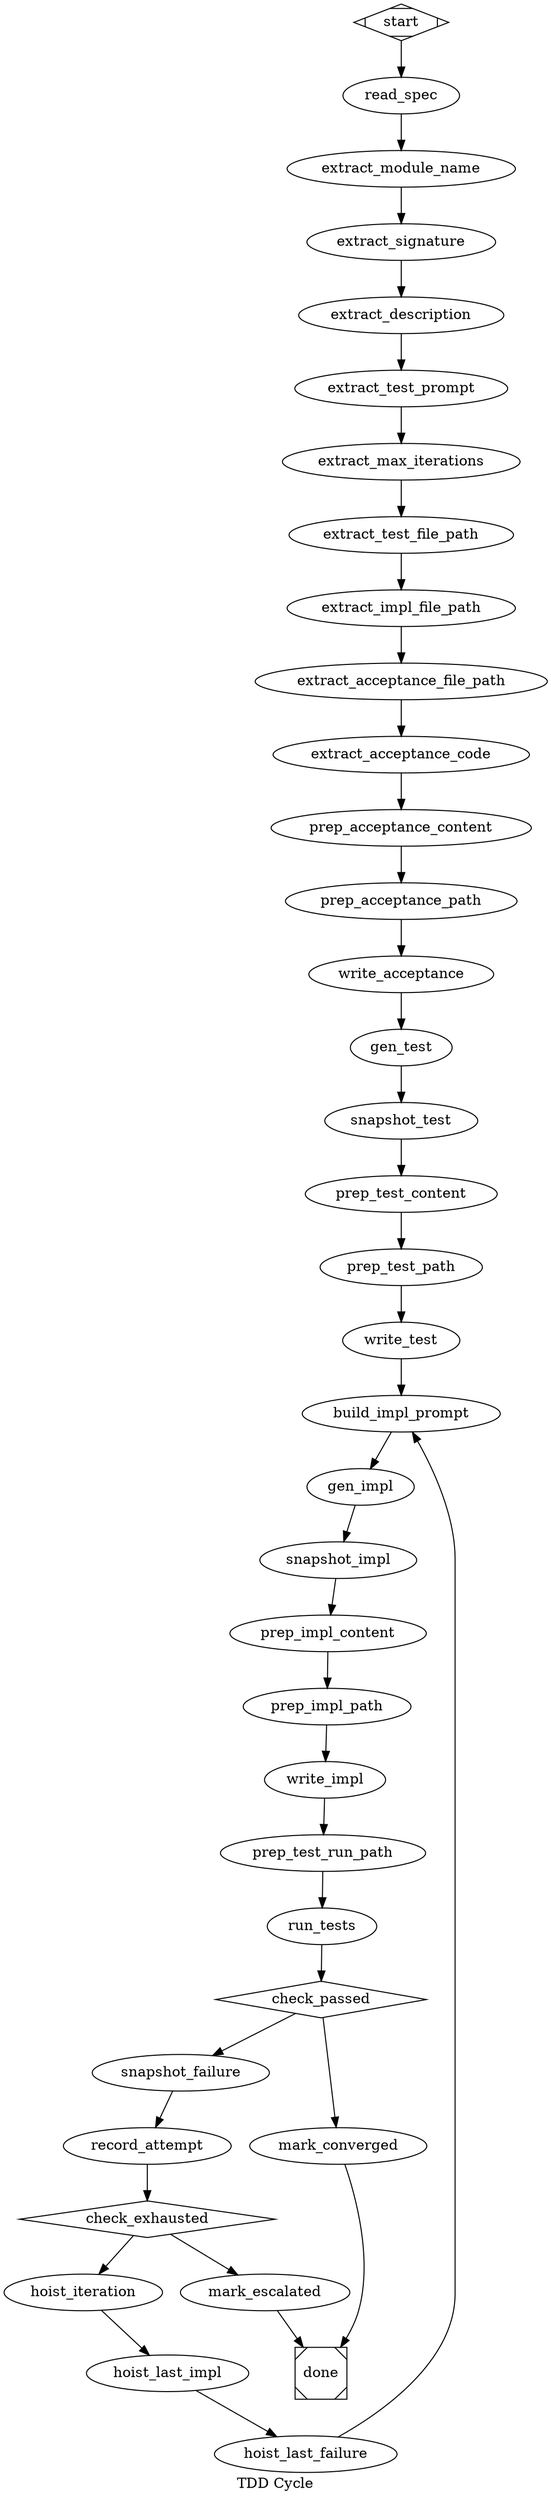
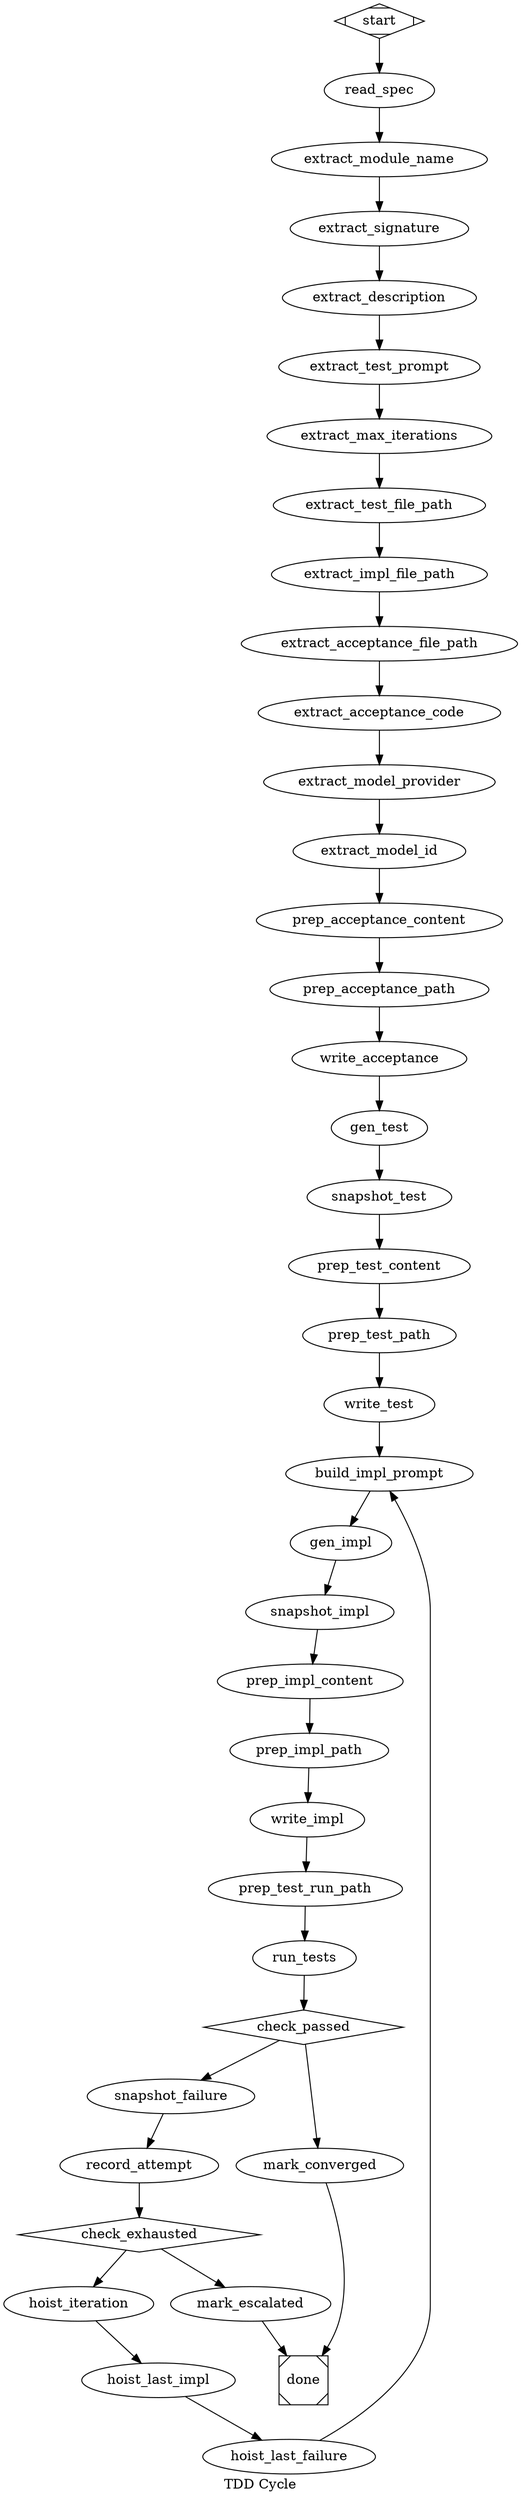
// TDD Cycle — Spec → Test → Iterate Implementation Until Acceptance Passes
//
// Demonstrates the "rigor lets a small model produce quality code"
// hypothesis: a tiny local LLM generates an Elixir module that has to
// pass a held-out acceptance test set the model never sees.
//
// Pipeline shape:
//
//   gen_test (LLM) → write_test
//     → build_impl_prompt (action) → gen_impl (LLM) → write_impl
//       → run_tests (mix_test, runs BOTH model_test.exs AND acceptance_test.exs)
//         → check_passed (gate)
//             pass → done (success — acceptance criteria met)
//             fail → record_attempt (action: bump iter, snapshot impl+failure)
//               → check_exhausted (gate)
//                   exhausted → done (escalation, did not converge)
//                   not exhausted → build_impl_prompt (loop)
//
// The model never sees the acceptance tests. It only sees:
//   - The spec (description + signature)
//   - The test IT generated for the spec
//   - On feedback iterations: its last attempt + the test runner's output
//     (which includes ALL failing tests, model's own + acceptance, since
//     mix_test reports all failures by default)
//
// This means the model can deduce SOME information about acceptance
// from failure messages, but it can't trivially overfit — the failures
// are encoded as ExUnit assertion errors, not as "here is the expected
// answer." See the test's spec for what "acceptance" looks like.
//
// Context in (set via initial_values when calling Orchestrator.run):
//   spec_path          — filename of the JSON spec file inside workdir
//   workdir            — absolute path to a freshly-set-up mix project
//                        (caller scaffolds: mix.exs + lib/ + test/ +
//                        test_helper.exs; mix project must compile)
//   iteration          — starting iteration counter (always 0 for a fresh run)
//   session.agent_id   — signing principal
//
// Spec JSON shape (loaded from <workdir>/<spec_path>):
//   module_name           — e.g. "FizzBuzz"
//   signature             — "@spec run(integer()) :: String.t()"
//   description           — prose description of what to implement
//   test_prompt           — full prompt string for the gen_test stage
//   acceptance_test_code  — the held-out test module source (string)
//   test_file_path        — absolute path for the model's own test file
//   impl_file_path        — absolute path for the impl module
//   acceptance_file_path  — absolute path for the held-out acceptance test
//   max_iterations        — integer hard cap on retries (typically 3-7)
+ //   model_provider        — LLM provider (e.g. "lm_studio")
+ //   model_id              — model identifier (e.g. "granite-4.1-3b")
+ //
+ // Model choice lives in the spec because problem difficulty and model
+ // capability are correlated — RLE may want a stronger model than
+ // FizzBuzz. The DOT extracts model_provider/model_id into
+ // session.llm_provider/session.llm_model so LlmHandler picks them up
+ // via its existing context-fallback path (no engine change).
//
// Context out (read by caller from the final context):
//   converged          — boolean, true iff acceptance passed
//   iteration          — number of impl attempts made
//   last_impl          — final implementation (whether success or failure)
//   last_failure       — final test runner output (empty if converged)
//
// Required capabilities for the signing agent:
//   arbor://orchestrator/execute/**     — node-type gating
//   arbor://orchestrator/execute/llm_query — LLM compute nodes
//   arbor://shell/exec/mix/test         — running the tests
//   arbor://fs/**                       — writing impl + test files
//   arbor://action/tdd/build_impl_prompt
//   arbor://action/tdd/record_attempt

digraph TDDCycle {
  graph [
    goal="Generate code that passes spec-defined acceptance tests via TDD iteration",
    label="TDD Cycle"
  ]

  start [shape=Mdiamond]

  // ── Phase 0: Load spec + write the acceptance oracle ──────────────

  // Read the spec.json from workdir. Content lands at last_response
  // AND read.read_spec; we'll json_extract from last_response below.
  read_spec [
    type="read",
    source="file",
    path="spec.json"
  ]

  // Extract each top-level field into a flat context key so downstream
  // nodes can pick them up via context_keys=. transform=json_extract
  // takes source_key (the JSON string) and expression (the dotted path).
  extract_module_name [
    type="transform",
    transform="json_extract",
    source_key="last_response",
    expression="module_name",
    output_key="module_name"
  ]

  extract_signature [
    type="transform",
    transform="json_extract",
    source_key="last_response",
    expression="signature",
    output_key="signature"
  ]

  extract_description [
    type="transform",
    transform="json_extract",
    source_key="last_response",
    expression="description",
    output_key="description"
  ]

  extract_test_prompt [
    type="transform",
    transform="json_extract",
    source_key="last_response",
    expression="test_prompt",
    output_key="test_prompt"
  ]

  extract_max_iterations [
    type="transform",
    transform="json_extract",
    source_key="last_response",
    expression="max_iterations",
    output_key="max_iterations"
  ]

  extract_test_file_path [
    type="transform",
    transform="json_extract",
    source_key="last_response",
    expression="test_file_path",
    output_key="test_file_path"
  ]

  extract_impl_file_path [
    type="transform",
    transform="json_extract",
    source_key="last_response",
    expression="impl_file_path",
    output_key="impl_file_path"
  ]

  extract_acceptance_file_path [
    type="transform",
    transform="json_extract",
    source_key="last_response",
    expression="acceptance_file_path",
    output_key="acceptance_file_path"
  ]

  extract_acceptance_code [
    type="transform",
    transform="json_extract",
    source_key="last_response",
    expression="acceptance_test_code",
    output_key="acceptance_test_code"
  ]

+   // Model choice flows into `session.llm_provider` / `session.llm_model`.
+   // LlmHandler reads these as the context fallback when a compute node's
+   // own llm_provider= / llm_model= attrs are absent — so removing the
+   // hardcoded attrs from gen_test / gen_impl lets the spec drive both.
+   extract_model_provider [
+     type="transform",
+     transform="json_extract",
+     source_key="last_response",
+     expression="model_provider",
+     output_key="session.llm_provider"
+   ]
+ 
+   extract_model_id [
+     type="transform",
+     transform="json_extract",
+     source_key="last_response",
+     expression="model_id",
+     output_key="session.llm_model"
+   ]
+ 
  // Stage the acceptance file write. file_write's schema is {path, content};
  // these renames bridge our keys → its schema.
  prep_acceptance_content [
    type="transform",
    transform="identity",
    source_key="acceptance_test_code",
    output_key="content"
  ]

  prep_acceptance_path [
    type="transform",
    transform="identity",
    source_key="acceptance_file_path",
    output_key="path"
  ]

  write_acceptance [
    type="exec",
    target="action",
    action="file_write",
    context_keys="path,content"
  ]

  // ── Phase 1: Generate the model's own test (one-shot) ─────────────

  // Single LLM call to produce the test. Temperature is low because
  // we want the test to be deterministic and predictable — the model's
  // test is part of the contract, not part of the variable behavior.
  gen_test [
    type="compute",
    purpose="llm",
    simulate="false",
-     llm_provider="lm_studio",
-     llm_model="granite-4.1-3b",
    use_tools="false",
    max_tokens="1024",
    temperature="0.1",
+     timeout="300000",
    system_prompt="You write complete, compilable ExUnit test modules for Elixir. Output ONLY the test module source, starting with `defmodule`. No markdown fences. No prose. REQUIREMENTS: (1) module name is the target module name with 'Test' appended (e.g. FizzBuzzTest); (2) MUST include `use ExUnit.Case` immediately inside the module; (3) use `test \"description\" do ... assert <expr> == <expected> end` for each case. Example shape: `defmodule FooTest do\\n  use ExUnit.Case\\n  test \"basic\" do\\n    assert Foo.bar(1) == 2\\n  end\\nend`. Never omit `use ExUnit.Case`.",
    prompt_context_key="test_prompt"
  ]

  // Rename last_response → content for file_write's schema.
  prep_test_content [
    type="transform",
    transform="identity",
    source_key="last_response",
    output_key="content"
  ]

  // Rename test_file_path → path.
  prep_test_path [
    type="transform",
    transform="identity",
    source_key="test_file_path",
    output_key="path"
  ]

  write_test [
    type="exec",
    target="action",
    action="file_write",
    context_keys="path,content"
  ]

  // Snapshot the test code into a stable context key so build_impl_prompt
  // can reference it across iterations. (last_response gets clobbered
  // by every subsequent compute node.)
  snapshot_test [
    type="transform",
    transform="identity",
    source_key="last_response",
    output_key="test_code"
  ]

  // ── Phase 2: Iterate implementation until acceptance passes ───────

  // Build the user prompt for this iteration's gen_impl. Reads spec
  // + test + (on iter > 0) previous attempt + previous failure.
  build_impl_prompt [
    type="exec",
    target="action",
    action="tdd_build_impl_prompt",
    context_keys="module_name,signature,description,test_code,iteration,last_impl,last_failure",
    output_prefix="impl"
  ]

  // The implementation LLM call. Reads the assembled prompt from
  // context.impl.prompt. Higher temperature than gen_test — we want
  // some variability so retries explore.
  gen_impl [
    type="compute",
    purpose="llm",
    simulate="false",
-     llm_provider="lm_studio",
-     llm_model="granite-4.1-3b",
    use_tools="false",
-     max_tokens="2048",
+     max_tokens="8192",
    temperature="0.3",
-     system_prompt="You implement Elixir modules. Output ONLY the module source code, starting with `defmodule`. No markdown fences. No prose. No explanation of your reasoning. Just the code.",
+     timeout="300000",
+     system_prompt="You implement Elixir modules. Output ONLY the module source code, starting with `defmodule`. No markdown fences. No prose. No explanation of your reasoning. Just the code. ELIXIR REMINDERS: (1) Strings are binaries, NOT lists. Use `<<h::binary-size(1), rest::binary>>` to pattern-match the first byte, NEVER `[h | t]` on a string. (2) `hd/1` and `tl/1` work on lists, not binaries; for binaries use binary pattern matching or `String.first/1` / `String.slice/3`. (3) Use binary concatenation `<>` for strings, not `++`. (4) When recursing over a string, the base case is `<<>>` (empty binary), not `[]`.",
    prompt_context_key="impl.prompt"
  ]

  prep_impl_content [
    type="transform",
    transform="identity",
    source_key="last_response",
    output_key="content"
  ]

  prep_impl_path [
    type="transform",
    transform="identity",
    source_key="impl_file_path",
    output_key="path"
  ]

  write_impl [
    type="exec",
    target="action",
    action="file_write",
    context_keys="path,content"
  ]

  // Snapshot the impl into current_impl so RecordAttempt has stable
  // input (last_response will get clobbered by the test run).
  snapshot_impl [
    type="transform",
    transform="identity",
    source_key="last_response",
    output_key="current_impl"
  ]

  // Rename workdir → path so context_keys can hand it to mix_test
  // (whose schema is `:path`, not `:workdir`). No `$var` interpolation
  // in attrs — see dot-pipeline-authoring skill.
  prep_test_run_path [
    type="transform",
    transform="identity",
    source_key="workdir",
    output_key="path"
  ]

  // Run BOTH the model's test AND the acceptance test (acceptance was
  // pre-written by the caller before pipeline launch). Mix.Test with no
  // test_paths runs everything under test/.
  run_tests [
    type="exec",
    target="action",
    action="mix_test",
    context_keys="path",
    output_prefix="tests"
  ]

  // Did everything pass?
  check_passed [
    type="gate",
    shape=diamond,
    predicate="expression",
    expression="tests.passed"
  ]

  // Snapshot the failure output for RecordAttempt + next iteration.
  snapshot_failure [
    type="transform",
    transform="identity",
    source_key="tests.stdout",
    output_key="test_output"
  ]

  // Bump iteration counter + snapshot last_impl/last_failure for the
  // next pass through build_impl_prompt.
  record_attempt [
    type="exec",
    target="action",
    action="tdd_record_attempt",
    context_keys="iteration,max_iterations,current_impl,test_output"
  ]

  // Did we hit the iteration cap?
  check_exhausted [
    type="gate",
    shape=diamond,
    predicate="expression",
    expression="exec.record_attempt.exhausted"
  ]

  // Hoist the updated state into top-level keys so build_impl_prompt's
  // context_keys lookup finds them by their bare names. (output_prefix
  // would do this for free if it supported flat-key mode, but for
  // record_attempt we want explicit renames.)
  hoist_iteration [
    type="transform",
    transform="identity",
    source_key="exec.record_attempt.iteration",
    output_key="iteration"
  ]

  hoist_last_impl [
    type="transform",
    transform="identity",
    source_key="exec.record_attempt.last_impl",
    output_key="last_impl"
  ]

  hoist_last_failure [
    type="transform",
    transform="identity",
    source_key="exec.record_attempt.last_failure",
    output_key="last_failure"
  ]

  // Mark final state on the convergence path.
  mark_converged [
    type="transform",
    transform="identity",
    source_key="tests.stdout",
    output_key="last_test_output"
  ]

  // Mark final state on the exhausted path.
  mark_escalated [
    type="transform",
    transform="identity",
    source_key="iteration",
    output_key="final_iteration"
  ]

  done [shape=Msquare]

  // ── Flow ──────────────────────────────────────────────────────────

  // CRITICAL ordering: snapshot_test must fire BEFORE write_test, and
  // snapshot_impl must fire BEFORE write_impl. exec target=action
  // nodes OVERWRITE `last_response` with their action result (a JSON
  // blob), so if the snapshot ran after the write it'd capture the
  // file-write's metadata instead of the LLM-generated code.
  // Phase 0 flow: load spec → extract fields → write the held-out acceptance
  start -> read_spec
  read_spec -> extract_module_name -> extract_signature -> extract_description
  extract_description -> extract_test_prompt -> extract_max_iterations
  extract_max_iterations -> extract_test_file_path -> extract_impl_file_path
  extract_impl_file_path -> extract_acceptance_file_path -> extract_acceptance_code
-   extract_acceptance_code -> prep_acceptance_content -> prep_acceptance_path -> write_acceptance
+   extract_acceptance_code -> extract_model_provider -> extract_model_id
+   extract_model_id -> prep_acceptance_content -> prep_acceptance_path -> write_acceptance

  // Phase 1+ unchanged: model writes its own test, then the impl loop.
  write_acceptance -> gen_test -> snapshot_test -> prep_test_content -> prep_test_path -> write_test
  write_test -> build_impl_prompt -> gen_impl -> snapshot_impl
  snapshot_impl -> prep_impl_content -> prep_impl_path -> write_impl
  write_impl -> prep_test_run_path -> run_tests -> check_passed

  // Convergence path.
  check_passed -> mark_converged [condition="context.tests.passed=true"]
  mark_converged -> done

  // Failure path: snapshot, record, check exhaustion, loop or escalate.
  check_passed -> snapshot_failure [condition="context.tests.passed!=true"]
  snapshot_failure -> record_attempt -> check_exhausted

  check_exhausted -> mark_escalated [condition="context.exec.record_attempt.exhausted=true"]
  mark_escalated -> done

  check_exhausted -> hoist_iteration [condition="context.exec.record_attempt.exhausted!=true"]
  hoist_iteration -> hoist_last_impl -> hoist_last_failure -> build_impl_prompt
}
